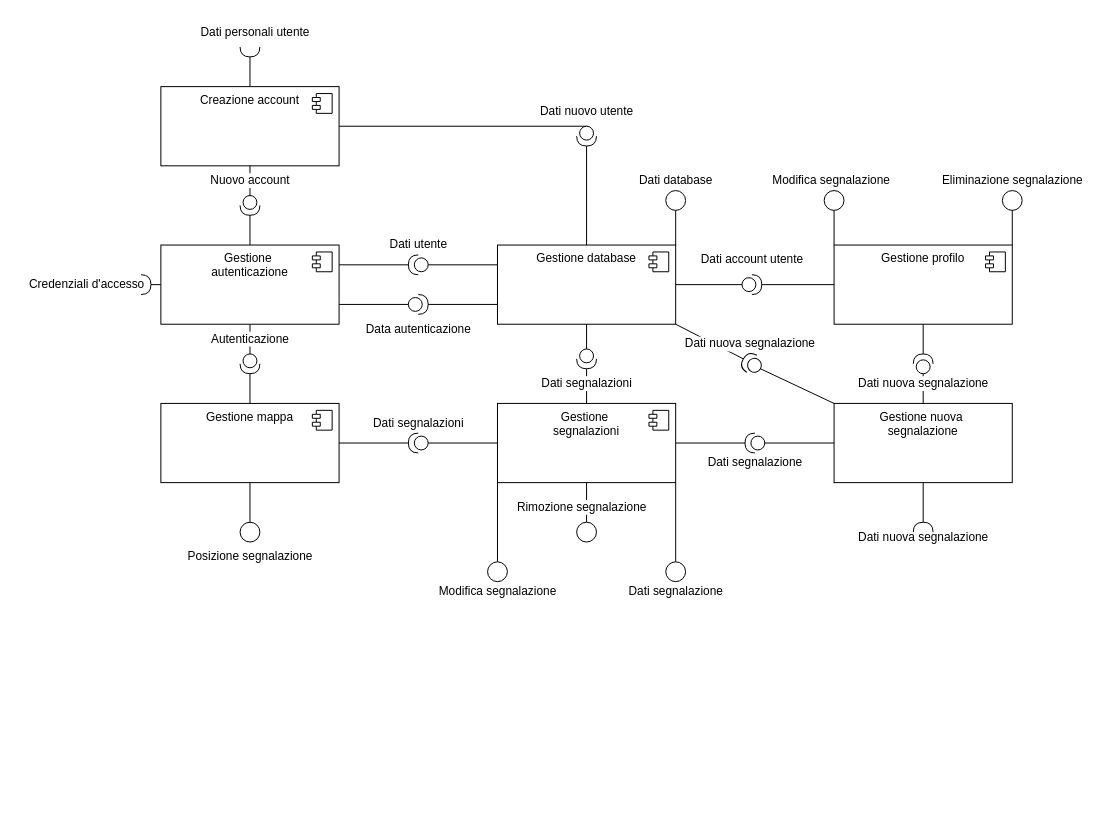
LucaBarbolini/Prova1 keeps this draw.io diagram as page "Componenti" (14 of 14) of Copia di IS.drawio. Above is the earlier version. Source tidied: cells renumbered, new cells numbered last; positions are measured from the earlier drawing's top-left corner, leaving out a move shared by most shapes. Both pictures are drawn from the tidied source at 99%, with x=0, y=0 at pixel (17, 17).
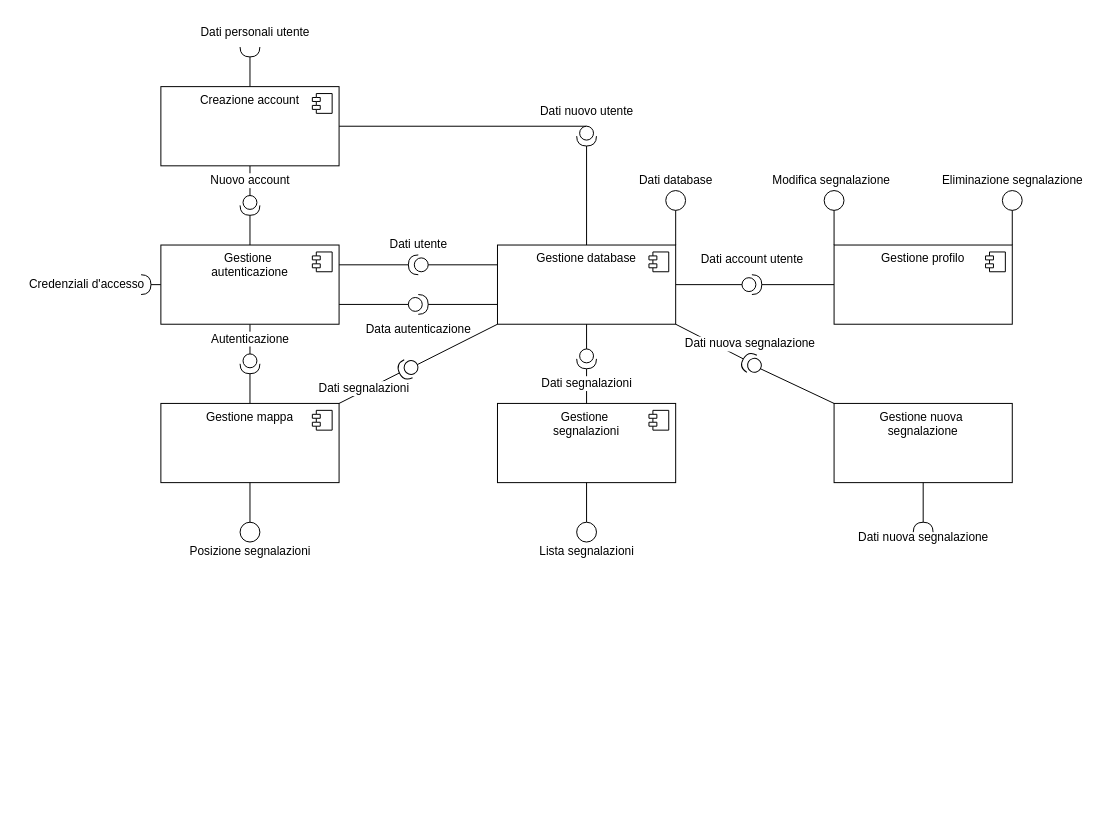
After the change.

The change refers to these unchanged cells:
```xml
<mxCell id="46" value="Gestione database" style="html=1;whiteSpace=wrap;strokeColor=default;align=center;verticalAlign=top;fontFamily=Helvetica;fontSize=12;fontColor=default;fillColor=default;" parent="1" vertex="1">
  <mxGeometry x="485" y="230" width="180" height="80" as="geometry" />
</mxCell>
<mxCell id="48" value="Gestione profilo" style="html=1;whiteSpace=wrap;strokeColor=default;align=center;verticalAlign=top;fontFamily=Helvetica;fontSize=12;fontColor=default;fillColor=default;" parent="1" vertex="1">
  <mxGeometry x="825" y="230" width="180" height="80" as="geometry" />
</mxCell>
<mxCell id="50" value="Gestione&amp;nbsp;&lt;div&gt;segnalazioni&lt;/div&gt;" style="html=1;whiteSpace=wrap;strokeColor=default;align=center;verticalAlign=top;fontFamily=Helvetica;fontSize=12;fontColor=default;fillColor=default;" parent="1" vertex="1">
  <mxGeometry x="485" y="390" width="180" height="80" as="geometry" />
</mxCell>
<mxCell id="52" value="Gestione mappa" style="html=1;whiteSpace=wrap;strokeColor=default;align=center;verticalAlign=top;fontFamily=Helvetica;fontSize=12;fontColor=default;fillColor=default;" parent="1" vertex="1">
  <mxGeometry x="145" y="390" width="180" height="80" as="geometry" />
</mxCell>
<mxCell id="56" value="Gestione nuova&amp;nbsp;&lt;div&gt;segnalazione&lt;/div&gt;" style="html=1;whiteSpace=wrap;strokeColor=default;align=center;verticalAlign=top;fontFamily=Helvetica;fontSize=12;fontColor=default;fillColor=default;" parent="1" vertex="1">
  <mxGeometry x="825" y="390" width="180" height="80" as="geometry" />
</mxCell>
```

What changed in the source:
```diff
@@
-    <mxCell id="4" style="shape=providedRequiredInterface;html=1;verticalLabelPosition=bottom;sketch=0;strokeColor=default;align=center;verticalAlign=top;fontFamily=Helvetica;fontSize=12;fontColor=default;fillColor=default;direction=west;" parent="1" vertex="1">
-      <mxGeometry x="735" y="420" width="20" height="20" as="geometry" />
-    </mxCell>
-    <mxCell id="5" style="endArrow=none;html=1;rounded=0;fontFamily=Helvetica;fontSize=12;fontColor=default;entryX=0;entryY=0.5;entryDx=0;entryDy=0;exitX=0;exitY=0.5;exitDx=0;exitDy=0;exitPerimeter=0;" parent="1" edge="1" source="4" target="56">
-      <mxGeometry relative="1" as="geometry" />
-    </mxCell>
-    <mxCell id="6" style="endArrow=none;html=1;rounded=0;fontFamily=Helvetica;fontSize=12;fontColor=default;entryX=1;entryY=0.5;entryDx=0;entryDy=0;exitX=1;exitY=0.5;exitDx=0;exitDy=0;exitPerimeter=0;" parent="1" edge="1" source="4" target="50">
-      <mxGeometry relative="1" as="geometry" />
-    </mxCell>
-    <mxCell id="7" style="shape=providedRequiredInterface;html=1;verticalLabelPosition=bottom;sketch=0;strokeColor=default;align=center;verticalAlign=top;fontFamily=Helvetica;fontSize=12;fontColor=default;fillColor=default;direction=west;" parent="1" vertex="1">
-      <mxGeometry x="395" y="420" width="20" height="20" as="geometry" />
+    <mxCell id="7" style="shape=providedRequiredInterface;html=1;verticalLabelPosition=bottom;sketch=0;strokeColor=default;align=center;verticalAlign=top;fontFamily=Helvetica;fontSize=12;fontColor=default;fillColor=default;direction=west;rotation=335;" parent="1" vertex="1">
+      <mxGeometry x="385" y="345" width="20" height="20" as="geometry" />
     </mxCell>
-    <mxCell id="8" style="endArrow=none;html=1;rounded=0;fontFamily=Helvetica;fontSize=12;fontColor=default;entryX=0;entryY=0.5;entryDx=0;entryDy=0;entryPerimeter=0;exitX=0;exitY=0.5;exitDx=0;exitDy=0;" parent="1" edge="1" source="50" target="7">
+    <mxCell id="8" style="endArrow=none;html=1;rounded=0;fontFamily=Helvetica;fontSize=12;fontColor=default;entryX=0;entryY=0.5;entryDx=0;entryDy=0;entryPerimeter=0;exitX=0;exitY=1;exitDx=0;exitDy=0;" parent="1" edge="1" source="46" target="7">
       <mxGeometry relative="1" as="geometry" />
     </mxCell>
-    <mxCell id="9" style="endArrow=none;html=1;rounded=0;fontFamily=Helvetica;fontSize=12;fontColor=default;entryX=1;entryY=0.5;entryDx=0;entryDy=0;exitX=1;exitY=0.5;exitDx=0;exitDy=0;exitPerimeter=0;" parent="1" edge="1" source="7" target="52">
+    <mxCell id="9" style="endArrow=none;html=1;rounded=0;fontFamily=Helvetica;fontSize=12;fontColor=default;entryX=1;entryY=0;entryDx=0;entryDy=0;exitX=1;exitY=0.5;exitDx=0;exitDy=0;exitPerimeter=0;" parent="1" edge="1" source="7" target="52">
       <mxGeometry relative="1" as="geometry" />
     </mxCell>
@@
-    <mxCell id="36" value="Dati segnalazione" style="text;html=1;align=center;verticalAlign=middle;strokeColor=none;fillColor=none;fontFamily=Helvetica;fontSize=12;fontColor=default;" parent="1" vertex="1">
-      <mxGeometry x="685" y="435" width="120" height="30" as="geometry" />
-    </mxCell>
-    <mxCell id="37" value="Dati segnalazioni" style="text;html=1;align=center;verticalAlign=middle;strokeColor=none;fillColor=none;fontFamily=Helvetica;fontSize=12;fontColor=default;" parent="1" vertex="1">
-      <mxGeometry x="350" y="395" width="110" height="30" as="geometry" />
+    <mxCell id="37" value="Dati segnalazioni" style="text;html=1;align=center;verticalAlign=middle;strokeColor=none;fillColor=none;fontFamily=Helvetica;fontSize=12;fontColor=default;labelBackgroundColor=default;" parent="1" vertex="1">
+      <mxGeometry x="295" y="360" width="110" height="30" as="geometry" />
     </mxCell>
@@
-    <mxCell id="62" value="Modifica segnalazione" style="text;html=1;align=center;verticalAlign=middle;strokeColor=none;fillColor=none;" parent="1" vertex="1">
-      <mxGeometry x="415" y="565" width="140" height="30" as="geometry" />
-    </mxCell>
-    <mxCell id="63" style="endArrow=none;html=1;rounded=0;exitX=0.5;exitY=0;exitDx=0;exitDy=0;entryX=0;entryY=1;entryDx=0;entryDy=0;" parent="1" edge="1" source="71" target="50">
-      <mxGeometry relative="1" as="geometry" />
-    </mxCell>
@@
-    <mxCell id="65" value="Rimozione segnalazione" style="text;html=1;align=center;verticalAlign=middle;strokeColor=none;fillColor=none;labelBackgroundColor=default;" parent="1" vertex="1">
-      <mxGeometry x="495" y="480" width="150" height="30" as="geometry" />
-    </mxCell>
-    <mxCell id="66" style="endArrow=none;html=1;rounded=0;entryX=0.5;entryY=0;entryDx=0;entryDy=0;exitX=1;exitY=1;exitDx=0;exitDy=0;" parent="1" edge="1" source="50" target="73">
-      <mxGeometry relative="1" as="geometry" />
-    </mxCell>
-    <mxCell id="67" value="Dati segnalazione" style="text;html=1;align=center;verticalAlign=middle;strokeColor=none;fillColor=none;" parent="1" vertex="1">
-      <mxGeometry x="605" y="565" width="120" height="30" as="geometry" />
+    <mxCell id="67" value="Lista segnalazioni" style="text;html=1;align=center;verticalAlign=middle;strokeColor=none;fillColor=none;" parent="1" vertex="1">
+      <mxGeometry x="515" y="525" width="120" height="30" as="geometry" />
     </mxCell>
@@
-    <mxCell id="70" value="Posizione segnalazione" style="text;html=1;align=center;verticalAlign=middle;strokeColor=none;fillColor=none;" parent="1" vertex="1">
-      <mxGeometry x="160" y="530" width="150" height="30" as="geometry" />
+    <mxCell id="70" value="Posizione segnalazioni" style="text;html=1;align=center;verticalAlign=middle;strokeColor=none;fillColor=none;" parent="1" vertex="1">
+      <mxGeometry x="160" y="525" width="150" height="30" as="geometry" />
     </mxCell>
-    <mxCell id="71" style="ellipse;whiteSpace=wrap;html=1;" parent="1" vertex="1">
-      <mxGeometry x="475" y="550" width="20" height="20" as="geometry" />
-    </mxCell>
@@
-    <mxCell id="73" style="ellipse;whiteSpace=wrap;html=1;" parent="1" vertex="1">
-      <mxGeometry x="655" y="550" width="20" height="20" as="geometry" />
-    </mxCell>
@@
-    <mxCell id="76" style="endArrow=none;html=1;rounded=0;entryX=0.5;entryY=1;entryDx=0;entryDy=0;exitX=1;exitY=0.5;exitDx=0;exitDy=0;exitPerimeter=0;" parent="1" edge="1" source="78" target="48">
-      <mxGeometry relative="1" as="geometry" />
-    </mxCell>
-    <mxCell id="77" style="endArrow=none;html=1;rounded=0;exitX=0.5;exitY=0;exitDx=0;exitDy=0;entryX=0;entryY=0.5;entryDx=0;entryDy=0;entryPerimeter=0;" parent="1" edge="1" source="56" target="78">
-      <mxGeometry relative="1" as="geometry" />
-    </mxCell>
-    <mxCell id="78" style="shape=providedRequiredInterface;html=1;verticalLabelPosition=bottom;sketch=0;strokeColor=default;align=center;verticalAlign=top;fontFamily=Helvetica;fontSize=12;fontColor=default;fillColor=default;direction=north;" parent="1" vertex="1">
-      <mxGeometry x="905" y="340" width="20" height="20" as="geometry" />
-    </mxCell>
-    <mxCell id="79" value="Dati nuova segnalazione" style="text;html=1;align=center;verticalAlign=middle;strokeColor=none;fillColor=none;fontFamily=Helvetica;fontSize=12;fontColor=default;labelBackgroundColor=default;" parent="1" vertex="1">
-      <mxGeometry x="840" y="355" width="150" height="30" as="geometry" />
-    </mxCell>
```
